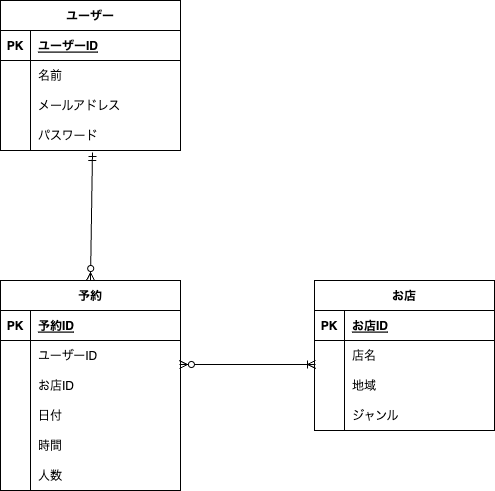
Above: .drawio.png in katsukishiori/advance_ (draw.io), before the change. Source tidied: cells renumbered, new cells last; positions are measured from the earlier drawing's top-left corner, leaving out a move shared by most shapes.
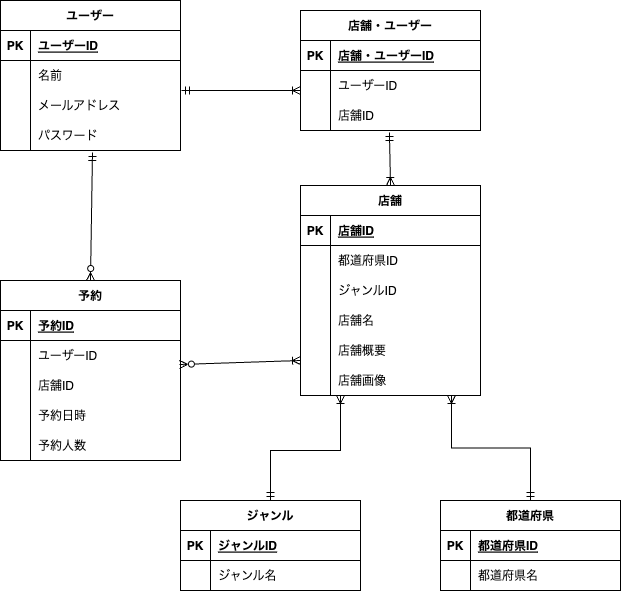
Above is the later version.

What changed in the source:
```diff
@@ -41,8 +41,8 @@
     <mxCell id="14" value="パスワード" style="shape=partialRectangle;fillColor=none;top=0;left=0;bottom=0;right=0;align=left;spacingLeft=6;overflow=hidden;" parent="12" vertex="1">
       <mxGeometry x="30" width="150" height="30" as="geometry" />
     </mxCell>
-    <mxCell id="15" value="お店" style="shape=table;startSize=30;rowLines=0;fontStyle=1;align=center;" parent="1" vertex="1">
-      <mxGeometry x="314" y="280" width="180" height="150" as="geometry" />
+    <mxCell id="15" value="店舗" style="shape=table;startSize=30;rowLines=0;fontStyle=1;align=center;" parent="1" vertex="1">
+      <mxGeometry x="300" y="185" width="180" height="210" as="geometry" />
     </mxCell>
     <mxCell id="16" style="shape=tableRow;horizontal=0;startSize=0;swimlaneHead=0;swimlaneBody=0;fillColor=none;top=0;left=0;right=0;bottom=1;" parent="15" vertex="1">
       <mxGeometry y="30" width="180" height="30" as="geometry" />
@@ -50,7 +50,7 @@
     <mxCell id="17" value="PK" style="shape=partialRectangle;fillColor=none;top=0;left=0;bottom=0;right=0;fontStyle=1;overflow=hidden;" parent="16" vertex="1">
       <mxGeometry width="30" height="30" as="geometry" />
     </mxCell>
-    <mxCell id="18" value="お店ID" style="shape=partialRectangle;fillColor=none;top=0;left=0;bottom=0;right=0;align=left;spacingLeft=6;fontStyle=5;overflow=hidden;" parent="16" vertex="1">
+    <mxCell id="18" value="店舗ID" style="shape=partialRectangle;fillColor=none;top=0;left=0;bottom=0;right=0;align=left;spacingLeft=6;fontStyle=5;overflow=hidden;" parent="16" vertex="1">
       <mxGeometry x="30" width="150" height="30" as="geometry" />
     </mxCell>
     <mxCell id="19" style="shape=tableRow;horizontal=0;startSize=0;swimlaneHead=0;swimlaneBody=0;fillColor=none;points=[[0,0.5],[1,0.5]];portConstraint=eastwest;top=0;left=0;right=0;bottom=0;" parent="15" vertex="1">
@@ -59,29 +59,47 @@
     <mxCell id="20" style="shape=partialRectangle;fillColor=none;top=0;left=0;bottom=0;right=0;overflow=hidden;" parent="19" vertex="1">
       <mxGeometry width="30" height="30" as="geometry" />
     </mxCell>
-    <mxCell id="21" value="店名" style="shape=partialRectangle;fillColor=none;top=0;left=0;bottom=0;right=0;align=left;spacingLeft=6;overflow=hidden;" parent="19" vertex="1">
+    <mxCell id="21" value="都道府県ID" style="shape=partialRectangle;fillColor=none;top=0;left=0;bottom=0;right=0;align=left;spacingLeft=6;overflow=hidden;" parent="19" vertex="1">
       <mxGeometry x="30" width="150" height="30" as="geometry" />
     </mxCell>
+    <mxCell id="49" style="shape=tableRow;horizontal=0;startSize=0;swimlaneHead=0;swimlaneBody=0;fillColor=none;top=0;left=0;right=0;bottom=0;" parent="15" vertex="1">
+      <mxGeometry y="90" width="180" height="30" as="geometry" />
+    </mxCell>
+    <mxCell id="50" style="shape=partialRectangle;fillColor=none;top=0;left=0;bottom=0;right=0;overflow=hidden;" parent="49" vertex="1">
+      <mxGeometry width="30" height="30" as="geometry" />
+    </mxCell>
+    <mxCell id="51" value="ジャンルID" style="shape=partialRectangle;fillColor=none;top=0;left=0;bottom=0;right=0;align=left;spacingLeft=6;overflow=hidden;" parent="49" vertex="1">
+      <mxGeometry x="30" width="150" height="30" as="geometry" />
+    </mxCell>
+    <mxCell id="52" style="shape=tableRow;horizontal=0;startSize=0;swimlaneHead=0;swimlaneBody=0;fillColor=none;top=0;left=0;right=0;bottom=0;" parent="15" vertex="1">
+      <mxGeometry y="120" width="180" height="30" as="geometry" />
+    </mxCell>
+    <mxCell id="53" style="shape=partialRectangle;fillColor=none;top=0;left=0;bottom=0;right=0;overflow=hidden;" parent="52" vertex="1">
+      <mxGeometry width="30" height="30" as="geometry" />
+    </mxCell>
+    <mxCell id="54" value="店舗名" style="shape=partialRectangle;fillColor=none;top=0;left=0;bottom=0;right=0;align=left;spacingLeft=6;overflow=hidden;" parent="52" vertex="1">
+      <mxGeometry x="30" width="150" height="30" as="geometry" />
+    </mxCell>
     <mxCell id="22" style="shape=tableRow;horizontal=0;startSize=0;swimlaneHead=0;swimlaneBody=0;fillColor=none;top=0;left=0;right=0;bottom=0;" parent="15" vertex="1">
-      <mxGeometry y="90" width="180" height="30" as="geometry" />
+      <mxGeometry y="150" width="180" height="30" as="geometry" />
     </mxCell>
     <mxCell id="23" style="shape=partialRectangle;fillColor=none;top=0;left=0;bottom=0;right=0;overflow=hidden;" parent="22" vertex="1">
       <mxGeometry width="30" height="30" as="geometry" />
     </mxCell>
-    <mxCell id="24" value="地域" style="shape=partialRectangle;fillColor=none;top=0;left=0;bottom=0;right=0;align=left;spacingLeft=6;overflow=hidden;" parent="22" vertex="1">
+    <mxCell id="24" value="店舗概要" style="shape=partialRectangle;fillColor=none;top=0;left=0;bottom=0;right=0;align=left;spacingLeft=6;overflow=hidden;" parent="22" vertex="1">
       <mxGeometry x="30" width="150" height="30" as="geometry" />
     </mxCell>
     <mxCell id="25" style="shape=tableRow;horizontal=0;startSize=0;swimlaneHead=0;swimlaneBody=0;fillColor=none;top=0;left=0;right=0;bottom=0;" parent="15" vertex="1">
-      <mxGeometry y="120" width="180" height="30" as="geometry" />
+      <mxGeometry y="180" width="180" height="30" as="geometry" />
     </mxCell>
     <mxCell id="26" style="shape=partialRectangle;fillColor=none;top=0;left=0;bottom=0;right=0;overflow=hidden;" parent="25" vertex="1">
       <mxGeometry width="30" height="30" as="geometry" />
     </mxCell>
-    <mxCell id="27" value="ジャンル" style="shape=partialRectangle;fillColor=none;top=0;left=0;bottom=0;right=0;align=left;spacingLeft=6;overflow=hidden;" parent="25" vertex="1">
+    <mxCell id="27" value="店舗画像" style="shape=partialRectangle;fillColor=none;top=0;left=0;bottom=0;right=0;align=left;spacingLeft=6;overflow=hidden;" parent="25" vertex="1">
       <mxGeometry x="30" width="150" height="30" as="geometry" />
     </mxCell>
     <mxCell id="28" value="予約" style="shape=table;startSize=30;rowLines=0;fontStyle=1;align=center;" parent="1" vertex="1">
-      <mxGeometry y="280" width="180" height="210" as="geometry" />
+      <mxGeometry y="280" width="180" height="180" as="geometry" />
     </mxCell>
     <mxCell id="29" style="shape=tableRow;horizontal=0;startSize=0;swimlaneHead=0;swimlaneBody=0;fillColor=none;top=0;left=0;right=0;bottom=1;" parent="28" vertex="1">
       <mxGeometry y="30" width="180" height="30" as="geometry" />
@@ -107,7 +125,7 @@
     <mxCell id="36" style="shape=partialRectangle;fillColor=none;top=0;left=0;bottom=0;right=0;overflow=hidden;" parent="35" vertex="1">
       <mxGeometry width="30" height="30" as="geometry" />
     </mxCell>
-    <mxCell id="37" value="お店ID" style="shape=partialRectangle;fillColor=none;top=0;left=0;bottom=0;right=0;align=left;spacingLeft=6;overflow=hidden;" parent="35" vertex="1">
+    <mxCell id="37" value="店舗ID" style="shape=partialRectangle;fillColor=none;top=0;left=0;bottom=0;right=0;align=left;spacingLeft=6;overflow=hidden;" parent="35" vertex="1">
       <mxGeometry x="30" width="150" height="30" as="geometry" />
     </mxCell>
     <mxCell id="38" style="shape=tableRow;horizontal=0;startSize=0;swimlaneHead=0;swimlaneBody=0;fillColor=none;top=0;left=0;right=0;bottom=0;" parent="28" vertex="1">
@@ -116,7 +134,7 @@
     <mxCell id="39" style="shape=partialRectangle;fillColor=none;top=0;left=0;bottom=0;right=0;overflow=hidden;" parent="38" vertex="1">
       <mxGeometry width="30" height="30" as="geometry" />
     </mxCell>
-    <mxCell id="40" value="日付" style="shape=partialRectangle;fillColor=none;top=0;left=0;bottom=0;right=0;align=left;spacingLeft=6;overflow=hidden;" parent="38" vertex="1">
+    <mxCell id="40" value="予約日時" style="shape=partialRectangle;fillColor=none;top=0;left=0;bottom=0;right=0;align=left;spacingLeft=6;overflow=hidden;" parent="38" vertex="1">
       <mxGeometry x="30" width="150" height="30" as="geometry" />
     </mxCell>
     <mxCell id="41" style="shape=tableRow;horizontal=0;startSize=0;swimlaneHead=0;swimlaneBody=0;fillColor=none;top=0;left=0;right=0;bottom=0;" parent="28" vertex="1">
@@ -125,23 +143,110 @@
     <mxCell id="42" style="shape=partialRectangle;fillColor=none;top=0;left=0;bottom=0;right=0;overflow=hidden;" parent="41" vertex="1">
       <mxGeometry width="30" height="30" as="geometry" />
     </mxCell>
-    <mxCell id="43" value="時間" style="shape=partialRectangle;fillColor=none;top=0;left=0;bottom=0;right=0;align=left;spacingLeft=6;overflow=hidden;" parent="41" vertex="1">
+    <mxCell id="43" value="予約人数" style="shape=partialRectangle;fillColor=none;top=0;left=0;bottom=0;right=0;align=left;spacingLeft=6;overflow=hidden;" parent="41" vertex="1">
       <mxGeometry x="30" width="150" height="30" as="geometry" />
     </mxCell>
-    <mxCell id="44" style="shape=tableRow;horizontal=0;startSize=0;swimlaneHead=0;swimlaneBody=0;fillColor=none;top=0;left=0;right=0;bottom=0;" parent="28" vertex="1">
-      <mxGeometry y="180" width="180" height="30" as="geometry" />
-    </mxCell>
-    <mxCell id="45" style="shape=partialRectangle;fillColor=none;top=0;left=0;bottom=0;right=0;overflow=hidden;" parent="44" vertex="1">
-      <mxGeometry width="30" height="30" as="geometry" />
-    </mxCell>
-    <mxCell id="46" value="人数" style="shape=partialRectangle;fillColor=none;top=0;left=0;bottom=0;right=0;align=left;spacingLeft=6;overflow=hidden;" parent="44" vertex="1">
-      <mxGeometry x="30" width="150" height="30" as="geometry" />
-    </mxCell>
     <mxCell id="47" style="fontSize=12;html=1;endArrow=ERzeroToMany;startArrow=ERmandOne;endFill=0;exitX=0.511;exitY=1.067;exitDx=0;exitDy=0;exitPerimeter=0;entryX=0.5;entryY=0;entryDx=0;entryDy=0;" parent="1" edge="1" source="12" target="28">
       <mxGeometry relative="1" as="geometry" />
     </mxCell>
-    <mxCell id="48" style="fontSize=12;html=1;endArrow=ERoneToMany;startArrow=ERzeroToMany;startFill=0;exitX=0.994;exitY=0.8;exitDx=0;exitDy=0;exitPerimeter=0;entryX=0.006;entryY=0.8;entryDx=0;entryDy=0;entryPerimeter=0;endFill=0;" parent="1" edge="1" source="32" target="19">
-      <mxGeometry relative="1" as="geometry" />
+    <mxCell id="48" style="fontSize=12;html=1;endArrow=ERoneToMany;startArrow=ERzeroToMany;startFill=0;exitX=0.994;exitY=0.8;exitDx=0;exitDy=0;exitPerimeter=0;endFill=0;" parent="1" edge="1" source="32">
+      <mxGeometry relative="1" as="geometry">
+        <mxPoint x="300" y="360" as="targetPoint" />
+      </mxGeometry>
     </mxCell>
+    <mxCell id="55" value="都道府県" style="shape=table;startSize=30;rowLines=0;fontStyle=1;align=center;" parent="1" vertex="1">
+      <mxGeometry x="440" y="500" width="180" height="90" as="geometry" />
+    </mxCell>
+    <mxCell id="56" style="shape=tableRow;horizontal=0;startSize=0;swimlaneHead=0;swimlaneBody=0;fillColor=none;top=0;left=0;right=0;bottom=1;" parent="55" vertex="1">
+      <mxGeometry y="30" width="180" height="30" as="geometry" />
+    </mxCell>
+    <mxCell id="57" value="PK" style="shape=partialRectangle;fillColor=none;top=0;left=0;bottom=0;right=0;fontStyle=1;overflow=hidden;" parent="56" vertex="1">
+      <mxGeometry width="30" height="30" as="geometry" />
+    </mxCell>
+    <mxCell id="58" value="都道府県ID" style="shape=partialRectangle;fillColor=none;top=0;left=0;bottom=0;right=0;align=left;spacingLeft=6;fontStyle=5;overflow=hidden;" parent="56" vertex="1">
+      <mxGeometry x="30" width="150" height="30" as="geometry" />
+    </mxCell>
+    <mxCell id="59" style="shape=tableRow;horizontal=0;startSize=0;swimlaneHead=0;swimlaneBody=0;fillColor=none;top=0;left=0;right=0;bottom=0;" parent="55" vertex="1">
+      <mxGeometry y="60" width="180" height="30" as="geometry" />
+    </mxCell>
+    <mxCell id="60" style="shape=partialRectangle;fillColor=none;top=0;left=0;bottom=0;right=0;overflow=hidden;" parent="59" vertex="1">
+      <mxGeometry width="30" height="30" as="geometry" />
+    </mxCell>
+    <mxCell id="61" value="都道府県名" style="shape=partialRectangle;fillColor=none;top=0;left=0;bottom=0;right=0;align=left;spacingLeft=6;overflow=hidden;" parent="59" vertex="1">
+      <mxGeometry x="30" width="150" height="30" as="geometry" />
+    </mxCell>
+    <mxCell id="62" value="ジャンル" style="shape=table;startSize=30;rowLines=0;fontStyle=1;align=center;" parent="1" vertex="1">
+      <mxGeometry x="180" y="500" width="180" height="90" as="geometry" />
+    </mxCell>
+    <mxCell id="63" style="shape=tableRow;horizontal=0;startSize=0;swimlaneHead=0;swimlaneBody=0;fillColor=none;top=0;left=0;right=0;bottom=1;" parent="62" vertex="1">
+      <mxGeometry y="30" width="180" height="30" as="geometry" />
+    </mxCell>
+    <mxCell id="64" value="PK" style="shape=partialRectangle;fillColor=none;top=0;left=0;bottom=0;right=0;fontStyle=1;overflow=hidden;" parent="63" vertex="1">
+      <mxGeometry width="30" height="30" as="geometry" />
+    </mxCell>
+    <mxCell id="65" value="ジャンルID" style="shape=partialRectangle;fillColor=none;top=0;left=0;bottom=0;right=0;align=left;spacingLeft=6;fontStyle=5;overflow=hidden;" parent="63" vertex="1">
+      <mxGeometry x="30" width="150" height="30" as="geometry" />
+    </mxCell>
+    <mxCell id="66" style="shape=tableRow;horizontal=0;startSize=0;swimlaneHead=0;swimlaneBody=0;fillColor=none;top=0;left=0;right=0;bottom=0;" parent="62" vertex="1">
+      <mxGeometry y="60" width="180" height="30" as="geometry" />
+    </mxCell>
+    <mxCell id="67" style="shape=partialRectangle;fillColor=none;top=0;left=0;bottom=0;right=0;overflow=hidden;" parent="66" vertex="1">
+      <mxGeometry width="30" height="30" as="geometry" />
+    </mxCell>
+    <mxCell id="68" value="ジャンル名" style="shape=partialRectangle;fillColor=none;top=0;left=0;bottom=0;right=0;align=left;spacingLeft=6;overflow=hidden;" parent="66" vertex="1">
+      <mxGeometry x="30" width="150" height="30" as="geometry" />
+    </mxCell>
+    <mxCell id="69" value="店舗・ユーザー" style="shape=table;startSize=30;rowLines=0;fontStyle=1;align=center;" parent="1" vertex="1">
+      <mxGeometry x="300" y="10" width="180" height="120" as="geometry" />
+    </mxCell>
+    <mxCell id="70" style="shape=tableRow;horizontal=0;startSize=0;swimlaneHead=0;swimlaneBody=0;fillColor=none;top=0;left=0;right=0;bottom=1;" parent="69" vertex="1">
+      <mxGeometry y="30" width="180" height="30" as="geometry" />
+    </mxCell>
+    <mxCell id="71" value="PK" style="shape=partialRectangle;fillColor=none;top=0;left=0;bottom=0;right=0;fontStyle=1;overflow=hidden;" parent="70" vertex="1">
+      <mxGeometry width="30" height="30" as="geometry" />
+    </mxCell>
+    <mxCell id="72" value="店舗・ユーザーID" style="shape=partialRectangle;fillColor=none;top=0;left=0;bottom=0;right=0;align=left;spacingLeft=6;fontStyle=5;overflow=hidden;" parent="70" vertex="1">
+      <mxGeometry x="30" width="150" height="30" as="geometry" />
+    </mxCell>
+    <mxCell id="73" style="shape=tableRow;horizontal=0;startSize=0;swimlaneHead=0;swimlaneBody=0;fillColor=none;top=0;left=0;right=0;bottom=0;" parent="69" vertex="1">
+      <mxGeometry y="60" width="180" height="30" as="geometry" />
+    </mxCell>
+    <mxCell id="74" style="shape=partialRectangle;fillColor=none;top=0;left=0;bottom=0;right=0;overflow=hidden;" parent="73" vertex="1">
+      <mxGeometry width="30" height="30" as="geometry" />
+    </mxCell>
+    <mxCell id="75" value="ユーザーID" style="shape=partialRectangle;fillColor=none;top=0;left=0;bottom=0;right=0;align=left;spacingLeft=6;overflow=hidden;" parent="73" vertex="1">
+      <mxGeometry x="30" width="150" height="30" as="geometry" />
+    </mxCell>
+    <mxCell id="76" style="shape=tableRow;horizontal=0;startSize=0;swimlaneHead=0;swimlaneBody=0;fillColor=none;points=[[0,0.5],[1,0.5]];portConstraint=eastwest;top=0;left=0;right=0;bottom=0;" parent="69" vertex="1">
+      <mxGeometry y="90" width="180" height="30" as="geometry" />
+    </mxCell>
+    <mxCell id="77" style="shape=partialRectangle;fillColor=none;top=0;left=0;bottom=0;right=0;overflow=hidden;" parent="76" vertex="1">
+      <mxGeometry width="30" height="30" as="geometry" />
+    </mxCell>
+    <mxCell id="78" value="店舗ID" style="shape=partialRectangle;fillColor=none;top=0;left=0;bottom=0;right=0;align=left;spacingLeft=6;overflow=hidden;" parent="76" vertex="1">
+      <mxGeometry x="30" width="150" height="30" as="geometry" />
+    </mxCell>
+    <mxCell id="79" style="fontSize=12;html=1;endArrow=ERoneToMany;startArrow=ERmandOne;startFill=0;endFill=0;exitX=1.006;exitY=0;exitDx=0;exitDy=0;exitPerimeter=0;" parent="1" edge="1" source="9">
+      <mxGeometry relative="1" as="geometry">
+        <mxPoint x="300" y="90" as="targetPoint" />
+      </mxGeometry>
+    </mxCell>
+    <mxCell id="80" style="fontSize=12;html=1;endArrow=ERoneToMany;startArrow=ERmandOne;startFill=0;endFill=0;entryX=0.172;entryY=1.133;entryDx=0;entryDy=0;entryPerimeter=0;exitX=0.5;exitY=0;exitDx=0;exitDy=0;rounded=0;edgeStyle=orthogonalEdgeStyle;" parent="1" edge="1" source="55">
+      <mxGeometry relative="1" as="geometry">
+        <mxPoint x="451" y="395" as="targetPoint" />
+      </mxGeometry>
+    </mxCell>
+    <mxCell id="81" style="fontSize=12;html=1;endArrow=ERoneToMany;startArrow=ERmandOne;startFill=0;endFill=0;entryX=0.172;entryY=1.133;entryDx=0;entryDy=0;entryPerimeter=0;rounded=0;edgeStyle=orthogonalEdgeStyle;exitX=0.5;exitY=0;exitDx=0;exitDy=0;" parent="1" edge="1" source="62">
+      <mxGeometry relative="1" as="geometry">
+        <mxPoint x="340" y="395" as="targetPoint" />
+        <Array as="points">
+          <mxPoint x="270" y="450" />
+          <mxPoint x="340" y="450" />
+        </Array>
+      </mxGeometry>
+    </mxCell>
+    <mxCell id="82" style="fontSize=12;html=1;endArrow=ERoneToMany;startArrow=ERmandOne;startFill=0;endFill=0;exitX=0.494;exitY=1.067;exitDx=0;exitDy=0;exitPerimeter=0;entryX=0.5;entryY=0;entryDx=0;entryDy=0;" parent="1" edge="1" source="76" target="15">
+      <mxGeometry relative="1" as="geometry" />
+    </mxCell>
   </root>
 </mxGraphModel>
```
